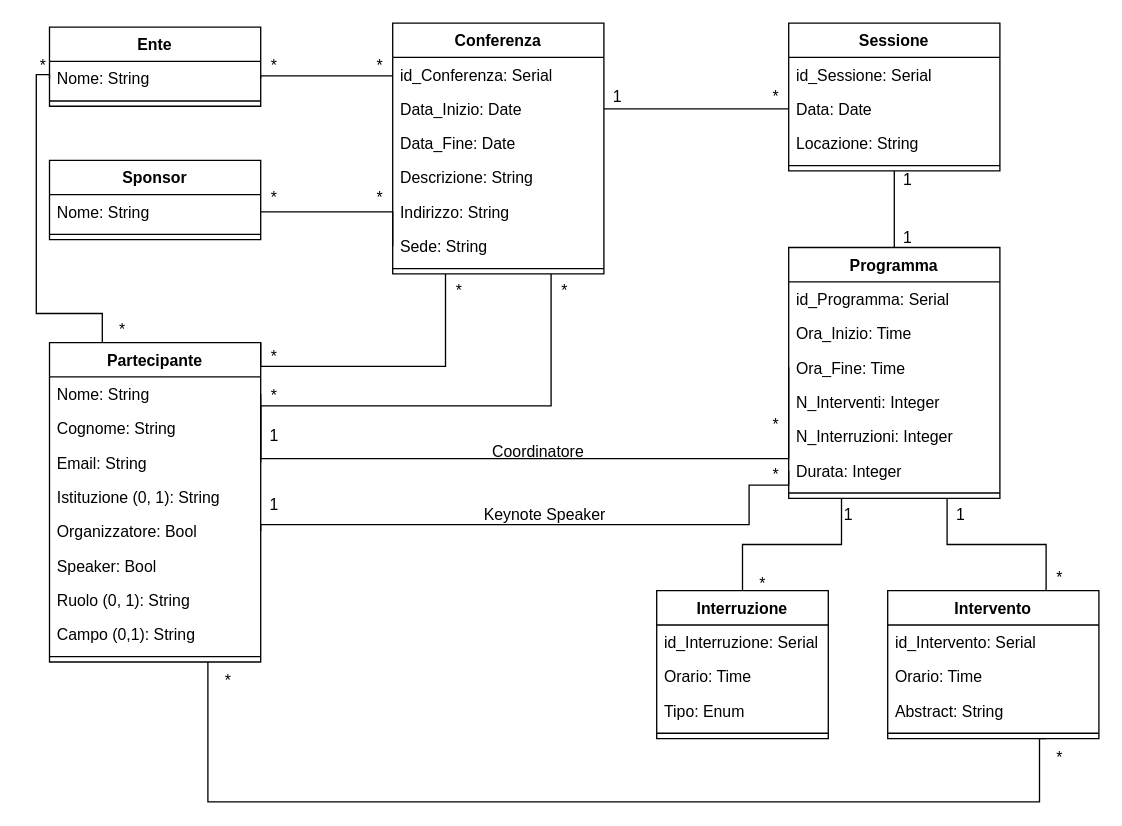
Before: page "DiagrammaRistrutturato" (3 of 3) of UML-DB/Conferenze.drawio in LeoCucurachi/GestioneConferenze, a draw.io diagram. Source tidied: cells renumbered, new cells numbered last; positions are measured from the earlier drawing's top-left corner, leaving out a move shared by most shapes. Both pictures are drawn from the tidied source at 132%, with x=0, y=0 at pixel (22, 22).
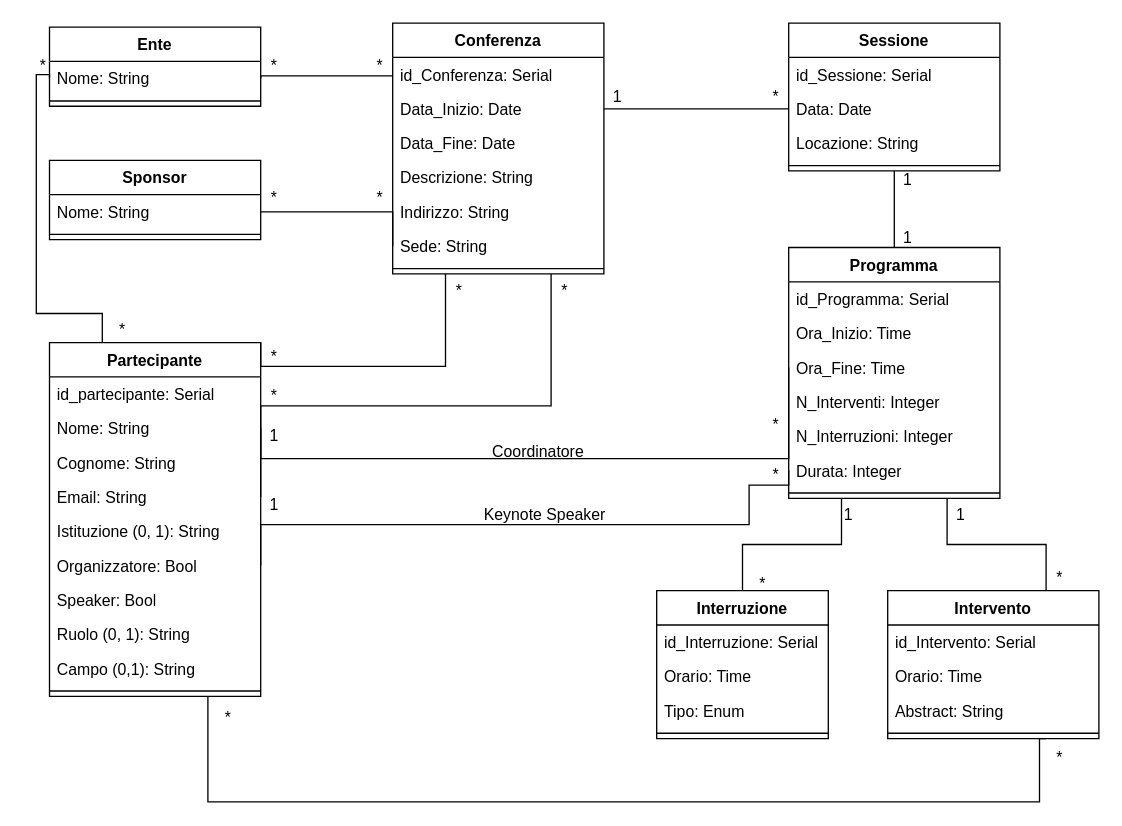
Above is the later version.

The edit, as a diff of the source:
```diff
@@
     <mxCell id="16" value="Partecipante" style="swimlane;fontStyle=1;align=center;verticalAlign=top;horizontal=1;startSize=26;whiteSpace=wrap;html=1;" parent="1" vertex="1">
-      <mxGeometry x="20" y="242" width="160" height="242" as="geometry" />
+      <mxGeometry x="20" y="242" width="160" height="268" as="geometry" />
     </mxCell>
+    <mxCell id="87" value="id_partecipante: Serial" style="text;strokeColor=none;fillColor=none;align=left;verticalAlign=top;spacingLeft=4;spacingRight=4;overflow=hidden;whiteSpace=wrap;html=1;" parent="16" vertex="1">
+      <mxGeometry y="26" width="160" height="26" as="geometry" />
+    </mxCell>
     <mxCell id="17" value="Nome: String" style="text;strokeColor=none;fillColor=none;align=left;verticalAlign=top;spacingLeft=4;spacingRight=4;overflow=hidden;points=[[0,0.5],[1,0.5]];portConstraint=eastwest;whiteSpace=wrap;html=1;" parent="16" vertex="1">
-      <mxGeometry y="26" width="160" height="26" as="geometry" />
+      <mxGeometry y="52" width="160" height="26" as="geometry" />
     </mxCell>
     <mxCell id="18" value="Cognome: String" style="text;strokeColor=none;fillColor=none;align=left;verticalAlign=top;spacingLeft=4;spacingRight=4;overflow=hidden;whiteSpace=wrap;html=1;" parent="16" vertex="1">
-      <mxGeometry y="52" width="160" height="26" as="geometry" />
+      <mxGeometry y="78" width="160" height="26" as="geometry" />
     </mxCell>
     <mxCell id="19" value="Email: String" style="text;strokeColor=none;fillColor=none;align=left;verticalAlign=top;spacingLeft=4;spacingRight=4;overflow=hidden;points=[[0,0.5],[1,0.5]];portConstraint=eastwest;whiteSpace=wrap;html=1;" parent="16" vertex="1">
-      <mxGeometry y="78" width="160" height="26" as="geometry" />
+      <mxGeometry y="104" width="160" height="26" as="geometry" />
     </mxCell>
     <mxCell id="20" value="Istituzione (0, 1): String" style="text;strokeColor=none;fillColor=none;align=left;verticalAlign=top;spacingLeft=4;spacingRight=4;overflow=hidden;whiteSpace=wrap;html=1;" parent="16" vertex="1">
-      <mxGeometry y="104" width="160" height="26" as="geometry" />
+      <mxGeometry y="130" width="160" height="26" as="geometry" />
     </mxCell>
     <mxCell id="21" value="Organizzatore: Bool" style="text;strokeColor=none;fillColor=none;align=left;verticalAlign=top;spacingLeft=4;spacingRight=4;overflow=hidden;points=[[0,0.5],[1,0.5]];portConstraint=eastwest;whiteSpace=wrap;html=1;" parent="16" vertex="1">
-      <mxGeometry y="130" width="160" height="26" as="geometry" />
+      <mxGeometry y="156" width="160" height="26" as="geometry" />
     </mxCell>
     <mxCell id="22" value="Speaker: Bool" style="text;strokeColor=none;fillColor=none;align=left;verticalAlign=top;spacingLeft=4;spacingRight=4;overflow=hidden;whiteSpace=wrap;html=1;" parent="16" vertex="1">
-      <mxGeometry y="156" width="160" height="26" as="geometry" />
+      <mxGeometry y="182" width="160" height="26" as="geometry" />
     </mxCell>
     <mxCell id="23" value="Ruolo (0, 1): String" style="text;strokeColor=none;fillColor=none;align=left;verticalAlign=top;spacingLeft=4;spacingRight=4;overflow=hidden;whiteSpace=wrap;html=1;" parent="16" vertex="1">
-      <mxGeometry y="182" width="160" height="26" as="geometry" />
+      <mxGeometry y="208" width="160" height="26" as="geometry" />
     </mxCell>
     <mxCell id="24" value="Campo (0,1): String" style="text;strokeColor=none;fillColor=none;align=left;verticalAlign=top;spacingLeft=4;spacingRight=4;overflow=hidden;whiteSpace=wrap;html=1;" parent="16" vertex="1">
-      <mxGeometry y="208" width="160" height="26" as="geometry" />
+      <mxGeometry y="234" width="160" height="26" as="geometry" />
     </mxCell>
     <mxCell id="25" style="line;strokeWidth=1;fillColor=none;align=left;verticalAlign=middle;spacingTop=-1;spacingLeft=3;spacingRight=3;labelPosition=right;strokeColor=inherit;" parent="16" vertex="1">
-      <mxGeometry y="234" width="160" height="8" as="geometry" />
+      <mxGeometry y="260" width="160" height="8" as="geometry" />
     </mxCell>
@@
     <mxCell id="69" value="*" style="text;html=1;align=center;verticalAlign=middle;strokeColor=none;fillColor=none;" parent="1" vertex="1">
-      <mxGeometry x="140" y="484" width="30" height="30" as="geometry" />
+      <mxGeometry x="140" y="512" width="30" height="30" as="geometry" />
     </mxCell>
```
